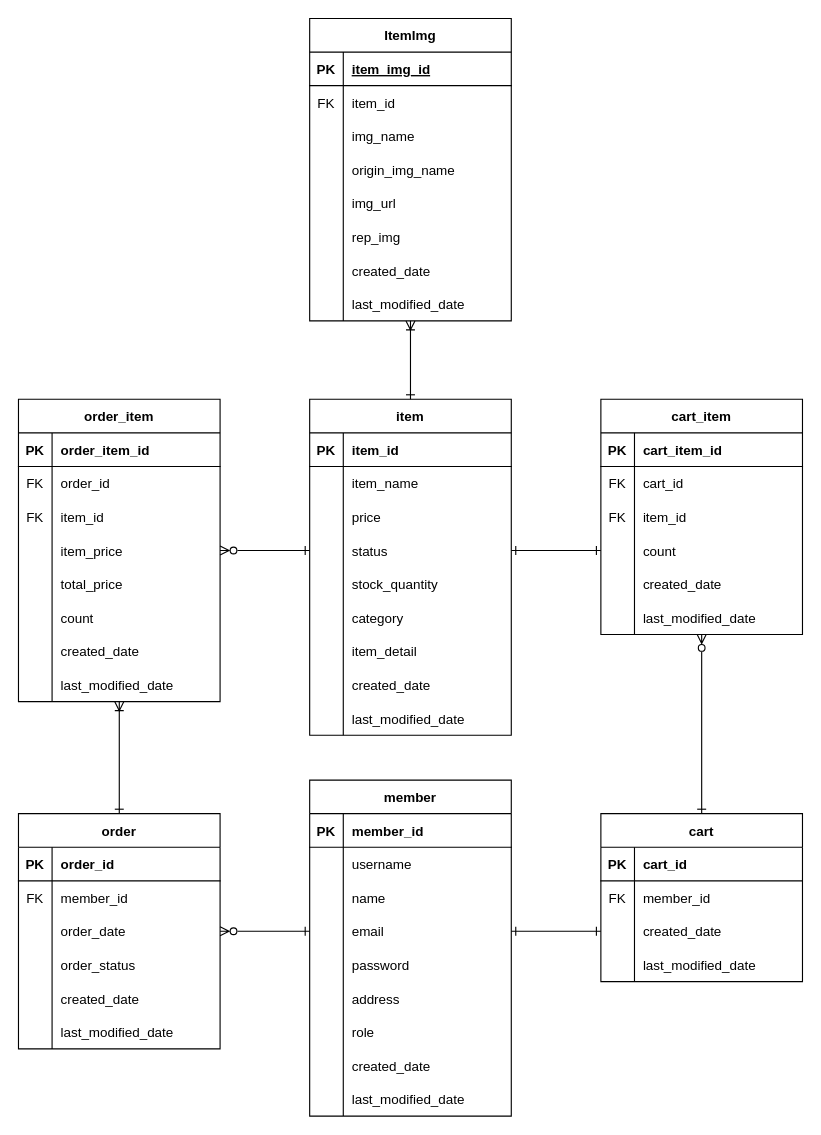
Above: table_diagram.drawio in dlwldyd/shop (draw.io), before the change. Source tidied: cells renumbered, new cells numbered last; positions are measured from the earlier drawing's top-left corner, leaving out a move shared by most shapes. Both pictures are drawn from the tidied source at 112%, with x=0, y=0 at pixel (18, 18).
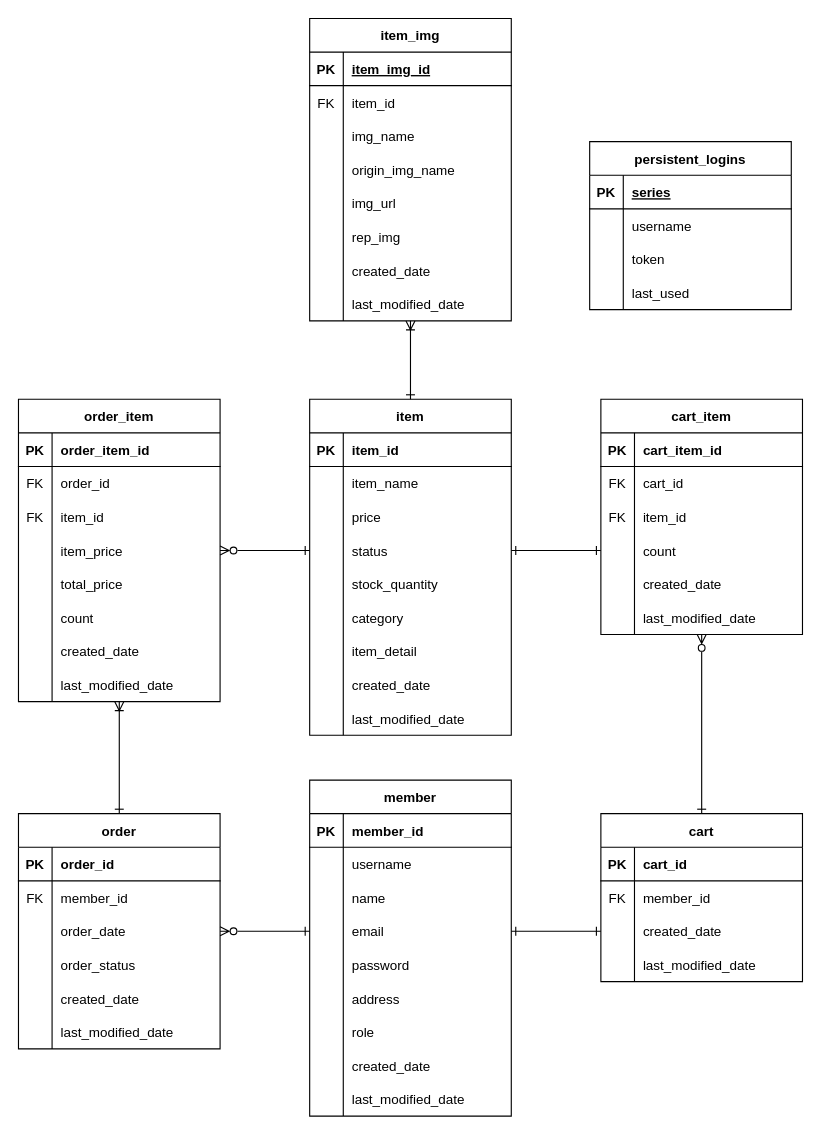
After the change.

Diff of the diagram source:
```diff
@@
-    <mxCell id="141" value="ItemImg" style="shape=table;startSize=30;childLayout=tableLayout;rowLines=0;fontStyle=1;align=center;" parent="1" vertex="1">
+    <mxCell id="141" value="item_img" style="shape=table;startSize=30;childLayout=tableLayout;rowLines=0;fontStyle=1;align=center;" parent="1" vertex="1">
       <mxGeometry x="260" width="180" height="270" as="geometry" />
     </mxCell>
@@
+    <mxCell id="166" value="persistent_logins" style="shape=table;startSize=30;childLayout=tableLayout;rowLines=0;fontStyle=1;align=center;" parent="1" vertex="1">
+      <mxGeometry x="510" y="110" width="180" height="150" as="geometry" />
+    </mxCell>
+    <mxCell id="167" style="shape=tableRow;horizontal=0;startSize=0;swimlaneHead=0;swimlaneBody=0;fillColor=none;top=0;left=0;right=0;bottom=1;" parent="166" vertex="1">
+      <mxGeometry y="30" width="180" height="30" as="geometry" />
+    </mxCell>
+    <mxCell id="168" value="PK" style="shape=partialRectangle;fillColor=none;top=0;left=0;bottom=0;right=0;fontStyle=1;overflow=hidden;" parent="167" vertex="1">
+      <mxGeometry width="30" height="30" as="geometry" />
+    </mxCell>
+    <mxCell id="169" value="series" style="shape=partialRectangle;fillColor=none;top=0;left=0;bottom=0;right=0;align=left;spacingLeft=6;fontStyle=5;overflow=hidden;" parent="167" vertex="1">
+      <mxGeometry x="30" width="150" height="30" as="geometry" />
+    </mxCell>
+    <mxCell id="170" style="shape=tableRow;horizontal=0;startSize=0;swimlaneHead=0;swimlaneBody=0;fillColor=none;top=0;left=0;right=0;bottom=0;" parent="166" vertex="1">
+      <mxGeometry y="60" width="180" height="30" as="geometry" />
+    </mxCell>
+    <mxCell id="171" style="shape=partialRectangle;fillColor=none;top=0;left=0;bottom=0;right=0;overflow=hidden;" parent="170" vertex="1">
+      <mxGeometry width="30" height="30" as="geometry" />
+    </mxCell>
+    <mxCell id="172" value="username" style="shape=partialRectangle;fillColor=none;top=0;left=0;bottom=0;right=0;align=left;spacingLeft=6;overflow=hidden;" parent="170" vertex="1">
+      <mxGeometry x="30" width="150" height="30" as="geometry" />
+    </mxCell>
+    <mxCell id="173" style="shape=tableRow;horizontal=0;startSize=0;swimlaneHead=0;swimlaneBody=0;fillColor=none;top=0;left=0;right=0;bottom=0;" parent="166" vertex="1">
+      <mxGeometry y="90" width="180" height="30" as="geometry" />
+    </mxCell>
+    <mxCell id="174" style="shape=partialRectangle;fillColor=none;top=0;left=0;bottom=0;right=0;overflow=hidden;" parent="173" vertex="1">
+      <mxGeometry width="30" height="30" as="geometry" />
+    </mxCell>
+    <mxCell id="175" value="token" style="shape=partialRectangle;fillColor=none;top=0;left=0;bottom=0;right=0;align=left;spacingLeft=6;overflow=hidden;" parent="173" vertex="1">
+      <mxGeometry x="30" width="150" height="30" as="geometry" />
+    </mxCell>
+    <mxCell id="176" style="shape=tableRow;horizontal=0;startSize=0;swimlaneHead=0;swimlaneBody=0;fillColor=none;top=0;left=0;right=0;bottom=0;" parent="166" vertex="1">
+      <mxGeometry y="120" width="180" height="30" as="geometry" />
+    </mxCell>
+    <mxCell id="177" style="shape=partialRectangle;fillColor=none;top=0;left=0;bottom=0;right=0;overflow=hidden;" parent="176" vertex="1">
+      <mxGeometry width="30" height="30" as="geometry" />
+    </mxCell>
+    <mxCell id="178" value="last_used" style="shape=partialRectangle;fillColor=none;top=0;left=0;bottom=0;right=0;align=left;spacingLeft=6;overflow=hidden;" parent="176" vertex="1">
+      <mxGeometry x="30" width="150" height="30" as="geometry" />
+    </mxCell>
```
